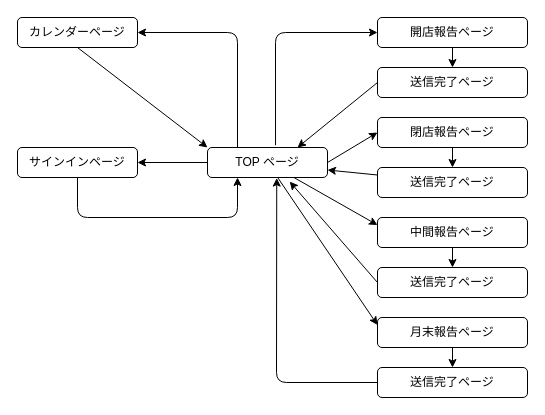
This is page_trandition.dio from 57480075/managements_tool, a draw.io file, before an edit. Source tidied: cells renumbered, new cells numbered last; positions are measured from the earlier drawing's top-left corner, leaving out a move shared by most shapes. Both pictures are drawn from the tidied source at 100%, with x=0, y=0 at pixel (17, 17).
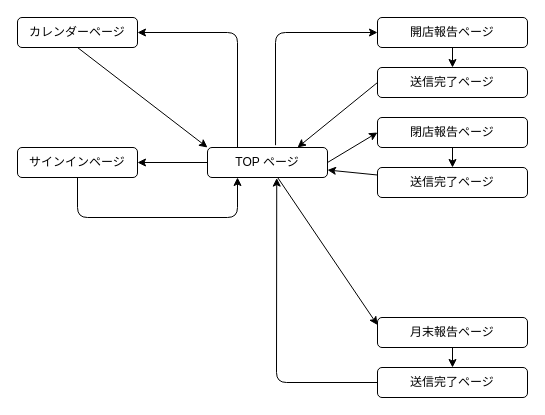
The same diagram, later.

The change refers to these unchanged cells:
```xml
<mxCell id="9" value="TOP ページ" style="rounded=1;whiteSpace=wrap;html=1;" parent="1" vertex="1">
  <mxGeometry x="190" y="130" width="120" height="30" as="geometry" />
</mxCell>
```

What changed in the source:
```diff
@@
-    <mxCell id="5" style="edgeStyle=none;html=1;entryX=0;entryY=0.25;entryDx=0;entryDy=0;" parent="1" edge="1" source="9" target="21">
-      <mxGeometry relative="1" as="geometry" />
-    </mxCell>
@@
-    <mxCell id="20" style="edgeStyle=none;html=1;exitX=0.5;exitY=1;exitDx=0;exitDy=0;entryX=0.5;entryY=0;entryDx=0;entryDy=0;" parent="1" edge="1" source="21" target="23">
-      <mxGeometry relative="1" as="geometry" />
-    </mxCell>
-    <mxCell id="21" value="中間報告ページ" style="rounded=1;whiteSpace=wrap;html=1;" parent="1" vertex="1">
-      <mxGeometry x="360" y="200" width="150" height="30" as="geometry" />
-    </mxCell>
-    <mxCell id="22" style="edgeStyle=none;html=1;entryX=0.685;entryY=1.137;entryDx=0;entryDy=0;entryPerimeter=0;exitX=0;exitY=0.5;exitDx=0;exitDy=0;" parent="1" edge="1" source="23" target="9">
-      <mxGeometry relative="1" as="geometry" />
-    </mxCell>
-    <mxCell id="23" value="送信完了ページ" style="rounded=1;whiteSpace=wrap;html=1;" parent="1" vertex="1">
-      <mxGeometry x="360" y="250" width="150" height="30" as="geometry" />
-    </mxCell>
```
